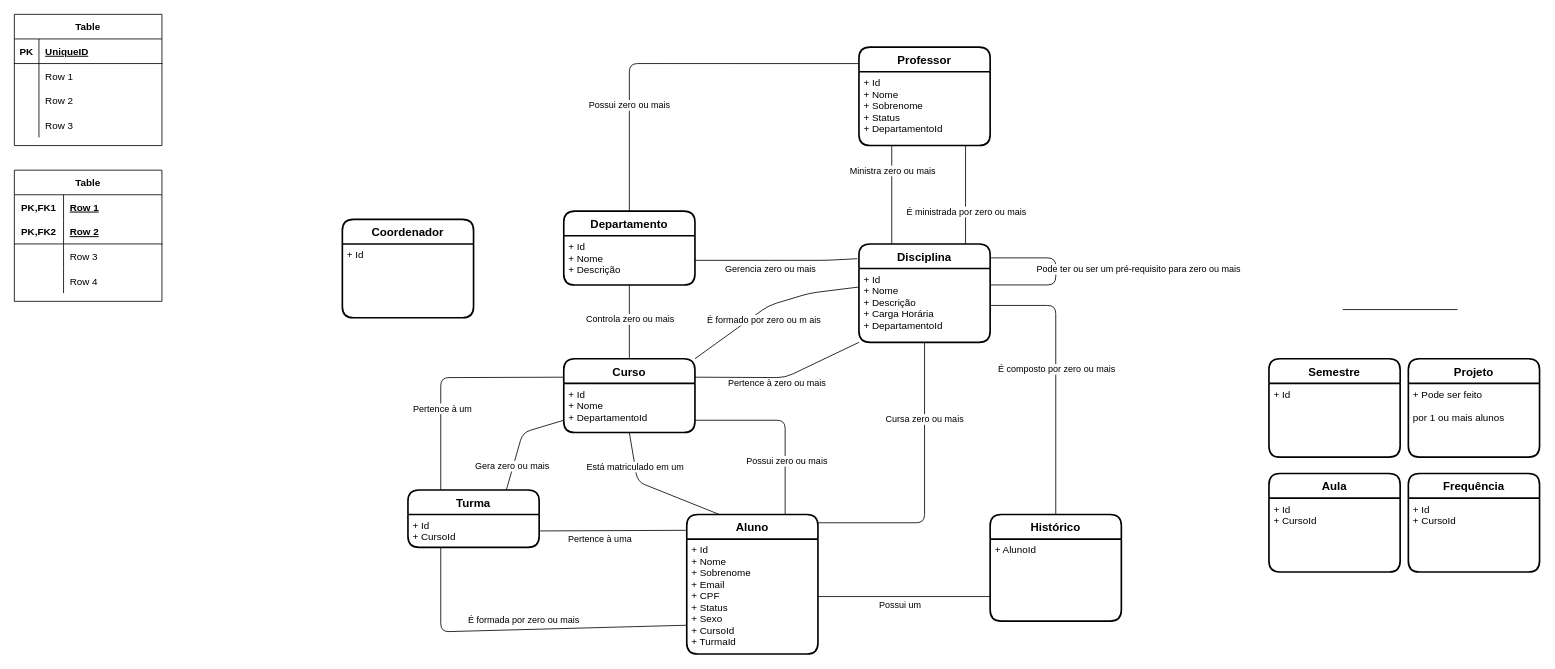
Above: Docs/Database/Diagramas.drawio in lucasteles/Bergle (draw.io), before the change. Source tidied: cells renumbered, new cells numbered last; positions are measured from the earlier drawing's top-left corner, leaving out a move shared by most shapes. Both pictures are drawn from the tidied source at 82%, with x=0, y=0 at pixel (14, 14).
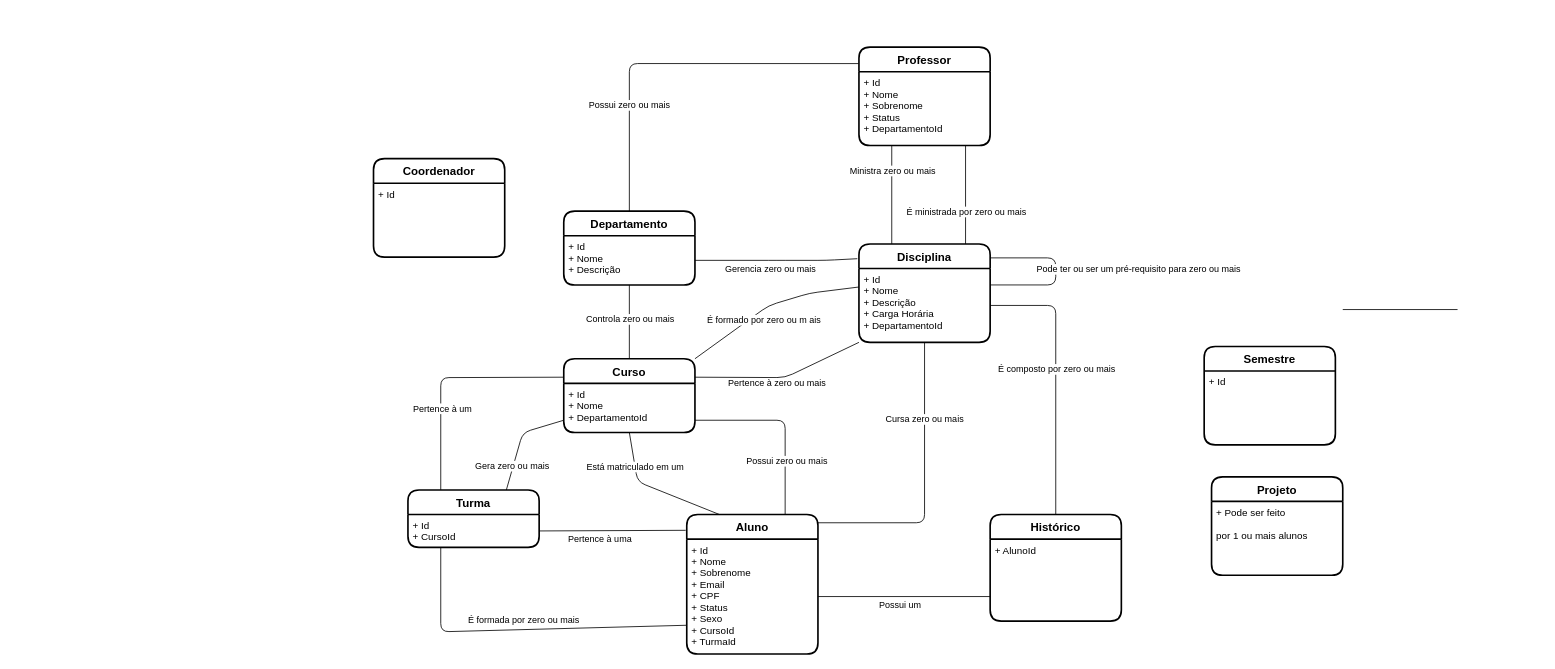
The same diagram, later.

Diff of the diagram source:
```diff
@@
-    <mxCell id="2" value="Table" style="shape=table;startSize=30;childLayout=tableLayout;rowLines=0;fontStyle=1;align=center;" parent="1" vertex="1">
-      <mxGeometry width="180" height="160" as="geometry" />
-    </mxCell>
-    <mxCell id="3" style="shape=partialRectangle;fillColor=none;top=0;left=0;bottom=1;right=0;" parent="2" vertex="1">
-      <mxGeometry y="30" width="180" height="30" as="geometry" />
-    </mxCell>
-    <mxCell id="4" value="PK" style="shape=partialRectangle;fillColor=none;top=0;left=0;bottom=0;right=0;fontStyle=1;overflow=hidden;" parent="3" vertex="1">
-      <mxGeometry width="30" height="30" as="geometry" />
-    </mxCell>
-    <mxCell id="5" value="UniqueID" style="shape=partialRectangle;fillColor=none;top=0;left=0;bottom=0;right=0;align=left;spacingLeft=6;fontStyle=5;overflow=hidden;" parent="3" vertex="1">
-      <mxGeometry x="30" width="150" height="30" as="geometry" />
-    </mxCell>
-    <mxCell id="6" style="shape=partialRectangle;fillColor=none;top=0;left=0;bottom=0;right=0;" parent="2" vertex="1">
-      <mxGeometry y="60" width="180" height="30" as="geometry" />
-    </mxCell>
-    <mxCell id="7" style="shape=partialRectangle;fillColor=none;top=0;left=0;bottom=0;right=0;overflow=hidden;" parent="6" vertex="1">
-      <mxGeometry width="30" height="30" as="geometry" />
-    </mxCell>
-    <mxCell id="8" value="Row 1" style="shape=partialRectangle;fillColor=none;top=0;left=0;bottom=0;right=0;align=left;spacingLeft=6;overflow=hidden;" parent="6" vertex="1">
-      <mxGeometry x="30" width="150" height="30" as="geometry" />
-    </mxCell>
-    <mxCell id="9" style="shape=partialRectangle;fillColor=none;top=0;left=0;bottom=0;right=0;" parent="2" vertex="1">
-      <mxGeometry y="90" width="180" height="30" as="geometry" />
-    </mxCell>
-    <mxCell id="10" style="shape=partialRectangle;fillColor=none;top=0;left=0;bottom=0;right=0;overflow=hidden;" parent="9" vertex="1">
-      <mxGeometry width="30" height="30" as="geometry" />
-    </mxCell>
-    <mxCell id="11" value="Row 2" style="shape=partialRectangle;fillColor=none;top=0;left=0;bottom=0;right=0;align=left;spacingLeft=6;overflow=hidden;" parent="9" vertex="1">
-      <mxGeometry x="30" width="150" height="30" as="geometry" />
-    </mxCell>
-    <mxCell id="12" style="shape=partialRectangle;fillColor=none;top=0;left=0;bottom=0;right=0;" parent="2" vertex="1">
-      <mxGeometry y="120" width="180" height="30" as="geometry" />
-    </mxCell>
-    <mxCell id="13" style="shape=partialRectangle;fillColor=none;top=0;left=0;bottom=0;right=0;overflow=hidden;" parent="12" vertex="1">
-      <mxGeometry width="30" height="30" as="geometry" />
-    </mxCell>
-    <mxCell id="14" value="Row 3" style="shape=partialRectangle;fillColor=none;top=0;left=0;bottom=0;right=0;align=left;spacingLeft=6;overflow=hidden;" parent="12" vertex="1">
-      <mxGeometry x="30" width="150" height="30" as="geometry" />
-    </mxCell>
-    <mxCell id="15" value="Table" style="shape=table;startSize=30;childLayout=tableLayout;rowLines=0;fontStyle=1;align=center;" parent="1" vertex="1">
-      <mxGeometry y="190" width="180" height="160" as="geometry" />
-    </mxCell>
-    <mxCell id="16" style="shape=partialRectangle;fillColor=none;top=0;left=0;bottom=0;right=0;" parent="15" vertex="1">
-      <mxGeometry y="30" width="180" height="30" as="geometry" />
-    </mxCell>
-    <mxCell id="17" value="PK,FK1" style="shape=partialRectangle;fillColor=none;top=0;left=0;bottom=0;right=0;fontStyle=1;overflow=hidden;" parent="16" vertex="1">
-      <mxGeometry width="60" height="30" as="geometry" />
-    </mxCell>
-    <mxCell id="18" value="Row 1" style="shape=partialRectangle;fillColor=none;top=0;left=0;bottom=0;right=0;align=left;spacingLeft=6;fontStyle=5;overflow=hidden;" parent="16" vertex="1">
-      <mxGeometry x="60" width="120" height="30" as="geometry" />
-    </mxCell>
-    <mxCell id="19" style="shape=partialRectangle;fillColor=none;top=0;left=0;bottom=1;right=0;" parent="15" vertex="1">
-      <mxGeometry y="60" width="180" height="30" as="geometry" />
-    </mxCell>
-    <mxCell id="20" value="PK,FK2" style="shape=partialRectangle;fillColor=none;top=0;left=0;bottom=0;right=0;fontStyle=1;overflow=hidden;" parent="19" vertex="1">
-      <mxGeometry width="60" height="30" as="geometry" />
-    </mxCell>
-    <mxCell id="21" value="Row 2" style="shape=partialRectangle;fillColor=none;top=0;left=0;bottom=0;right=0;align=left;spacingLeft=6;fontStyle=5;overflow=hidden;" parent="19" vertex="1">
-      <mxGeometry x="60" width="120" height="30" as="geometry" />
-    </mxCell>
-    <mxCell id="22" style="shape=partialRectangle;fillColor=none;top=0;left=0;bottom=0;right=0;" parent="15" vertex="1">
-      <mxGeometry y="90" width="180" height="30" as="geometry" />
-    </mxCell>
-    <mxCell id="23" style="shape=partialRectangle;fillColor=none;top=0;left=0;bottom=0;right=0;overflow=hidden;" parent="22" vertex="1">
-      <mxGeometry width="60" height="30" as="geometry" />
-    </mxCell>
-    <mxCell id="24" value="Row 3" style="shape=partialRectangle;fillColor=none;top=0;left=0;bottom=0;right=0;align=left;spacingLeft=6;overflow=hidden;" parent="22" vertex="1">
-      <mxGeometry x="60" width="120" height="30" as="geometry" />
-    </mxCell>
-    <mxCell id="25" style="shape=partialRectangle;fillColor=none;top=0;left=0;bottom=0;right=0;" parent="15" vertex="1">
-      <mxGeometry y="120" width="180" height="30" as="geometry" />
-    </mxCell>
-    <mxCell id="26" style="shape=partialRectangle;fillColor=none;top=0;left=0;bottom=0;right=0;overflow=hidden;" parent="25" vertex="1">
-      <mxGeometry width="60" height="30" as="geometry" />
-    </mxCell>
-    <mxCell id="27" value="Row 4" style="shape=partialRectangle;fillColor=none;top=0;left=0;bottom=0;right=0;align=left;spacingLeft=6;overflow=hidden;" parent="25" vertex="1">
-      <mxGeometry x="60" width="120" height="30" as="geometry" />
-    </mxCell>
@@
     <mxCell id="40" value="Semestre" style="swimlane;horizontal=1;startSize=30;rounded=1;fontSize=14;fontStyle=1;strokeWidth=2;shadow=0;dashed=0;align=center;" parent="1" vertex="1">
-      <mxGeometry x="1530" y="420" width="160" height="120" as="geometry" />
+      <mxGeometry x="1451" y="405" width="160" height="120" as="geometry" />
     </mxCell>
@@
-    <mxCell id="44" value="Aula" style="swimlane;horizontal=1;startSize=30;rounded=1;fontSize=14;fontStyle=1;strokeWidth=2;shadow=0;dashed=0;align=center;" parent="1" vertex="1">
-      <mxGeometry x="1530" y="560" width="160" height="120" as="geometry" />
-    </mxCell>
-    <mxCell id="45" value="+ Id&#10;+ CursoId" style="align=left;strokeColor=none;fillColor=none;spacingLeft=4;fontSize=12;verticalAlign=top;" parent="44" vertex="1">
-      <mxGeometry y="30" width="160" height="90" as="geometry" />
-    </mxCell>
-    <mxCell id="46" value="Frequência" style="swimlane;horizontal=1;startSize=30;rounded=1;fontSize=14;fontStyle=1;strokeWidth=2;shadow=0;dashed=0;align=center;" parent="1" vertex="1">
-      <mxGeometry x="1700" y="560" width="160" height="120" as="geometry" />
-    </mxCell>
-    <mxCell id="47" value="+ Id&#10;+ CursoId" style="align=left;strokeColor=none;fillColor=none;spacingLeft=4;fontSize=12;verticalAlign=top;" parent="46" vertex="1">
-      <mxGeometry y="30" width="160" height="90" as="geometry" />
-    </mxCell>
     <mxCell id="48" value="Projeto" style="swimlane;horizontal=1;startSize=30;rounded=1;fontSize=14;fontStyle=1;strokeWidth=2;shadow=0;dashed=0;align=center;" parent="1" vertex="1">
-      <mxGeometry x="1700" y="420" width="160" height="120" as="geometry" />
+      <mxGeometry x="1460" y="564" width="160" height="120" as="geometry" />
     </mxCell>
@@
     <mxCell id="85" value="Coordenador" style="swimlane;horizontal=1;startSize=30;rounded=1;fontSize=14;fontStyle=1;strokeWidth=2;shadow=0;dashed=0;align=center;" parent="1" vertex="1">
-      <mxGeometry x="400" y="250" width="160" height="120" as="geometry" />
+      <mxGeometry x="438" y="176" width="160" height="120" as="geometry" />
     </mxCell>
```
